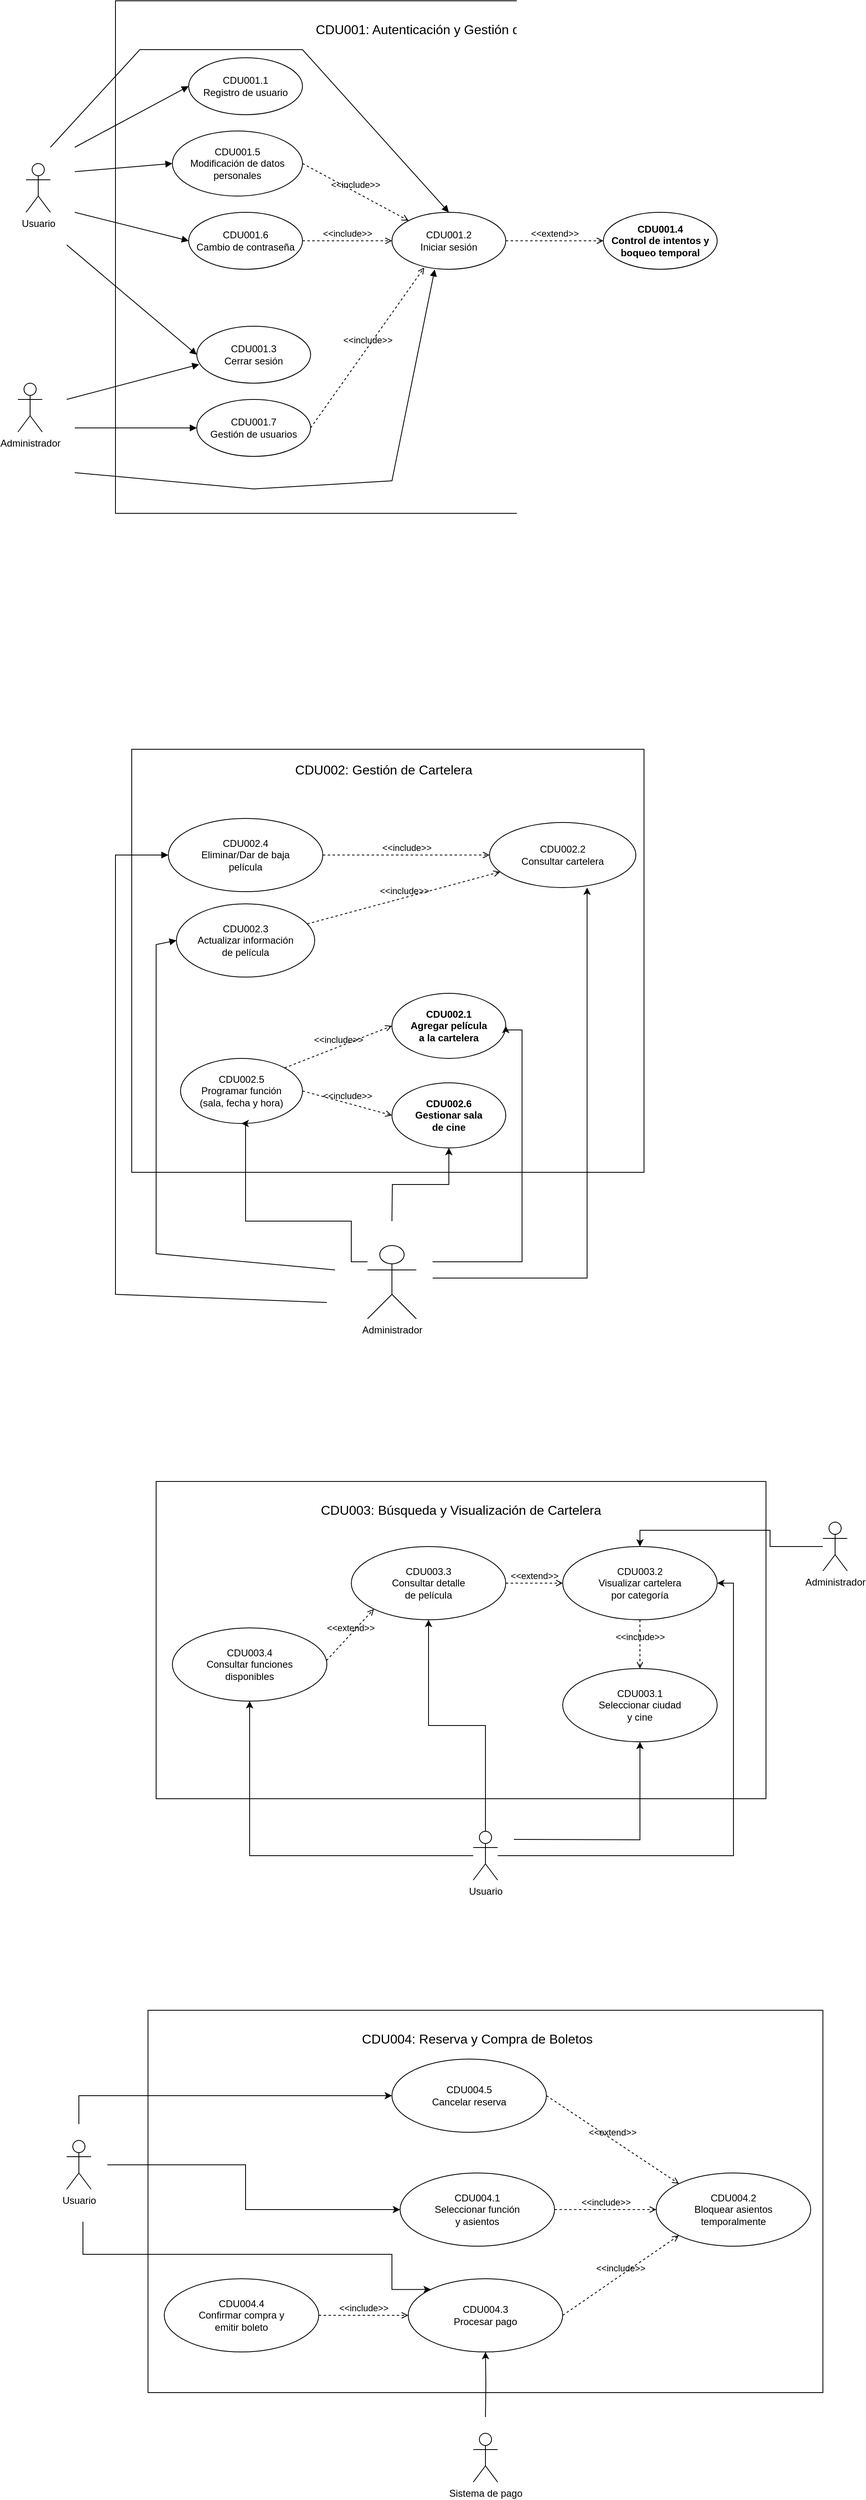
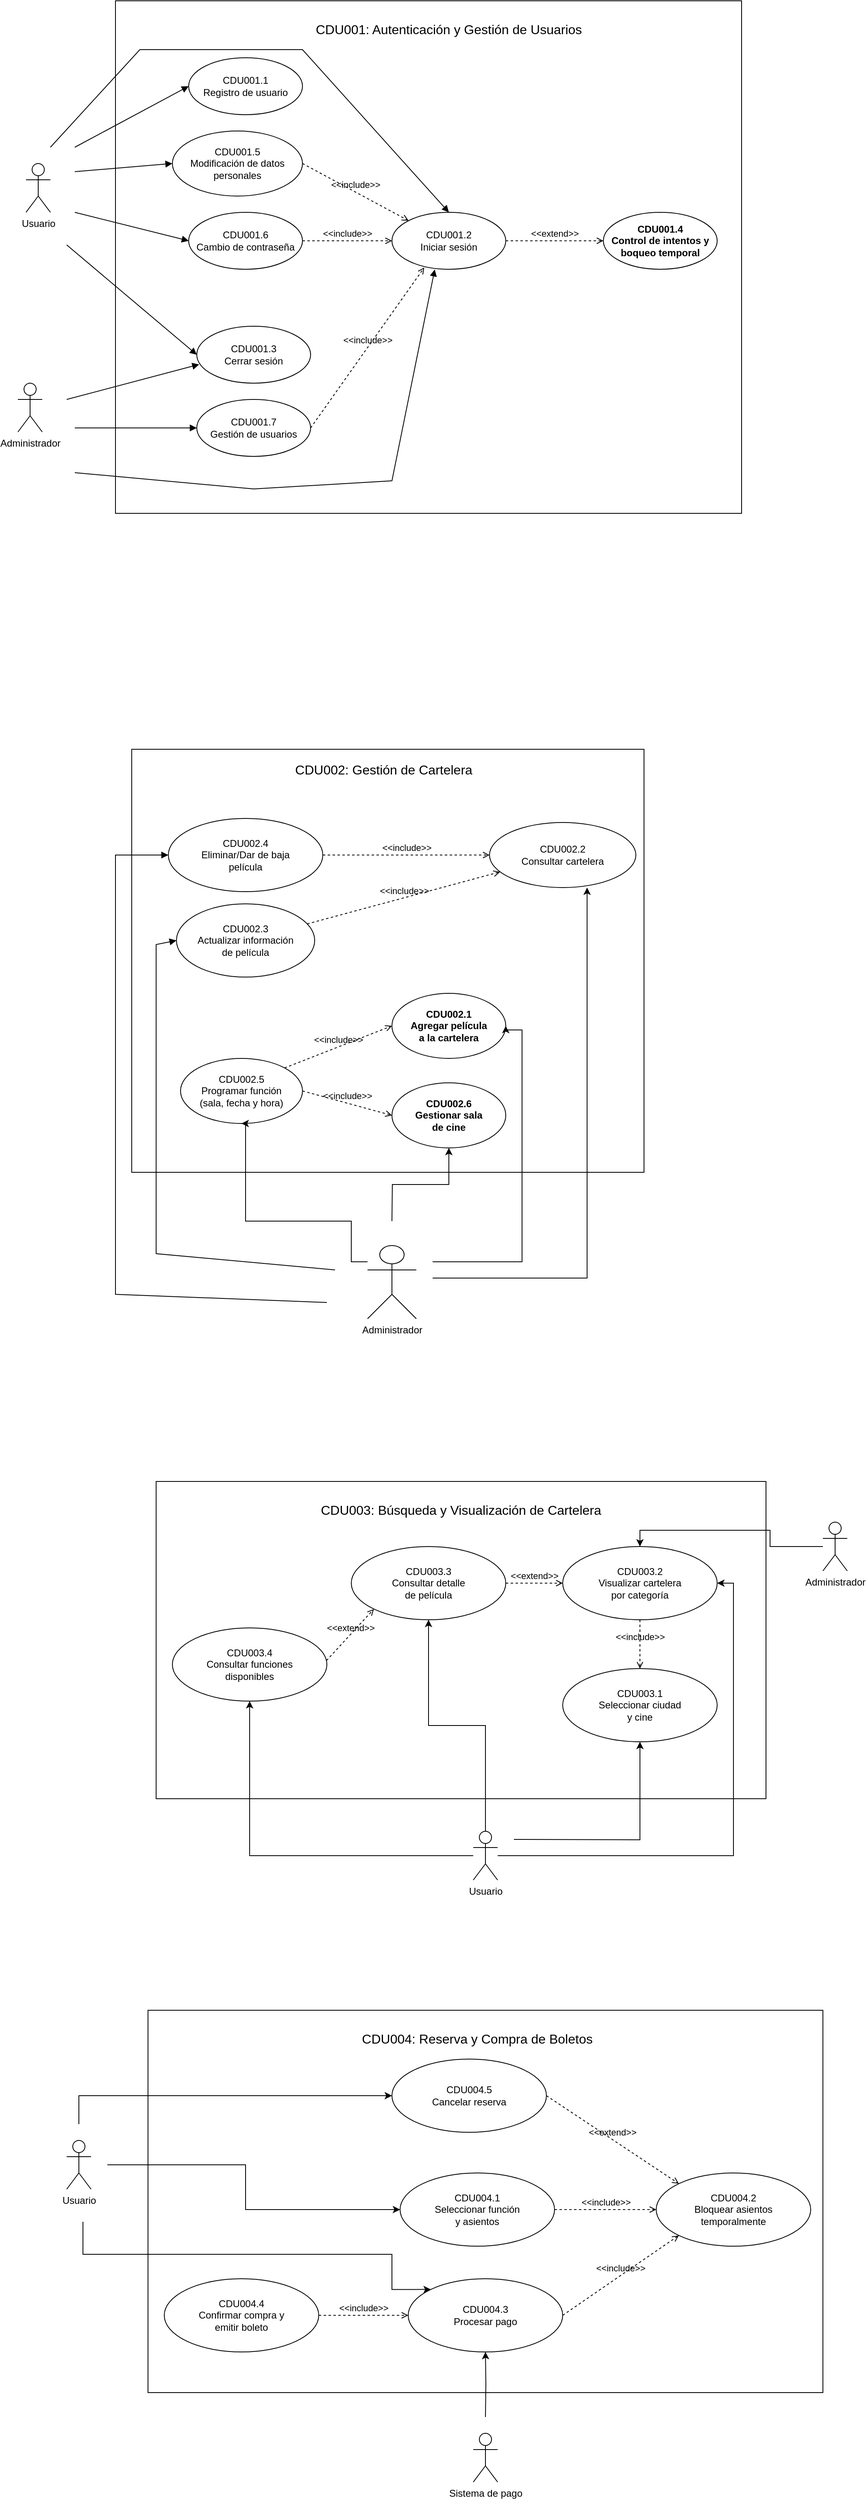
- <mxfile host="app.diagrams.net">
+ <mxfile host="app.diagrams.net" pages="3">
  <diagram name="Página-1" id="eZtOe4JAmOBhKj8-Z6Ca">
    <mxGraphModel grid="1" page="1" gridSize="10" guides="1" tooltips="1" connect="1" arrows="1" fold="1" pageScale="1" pageWidth="827" pageHeight="1169" math="0" shadow="0">
      <root>
        <mxCell id="0" />
        <mxCell id="1" parent="0" />
        <mxCell id="TvfzPLXhl-bpjX2pfNnF-81" parent="1" style="fontStyle=0;html=1;whiteSpace=wrap;" value="" vertex="1">
          <mxGeometry height="630" width="770" x="-460" y="150" as="geometry" />
        </mxCell>
        <mxCell id="TvfzPLXhl-bpjX2pfNnF-45" parent="1" style="html=1;whiteSpace=wrap;align=center;" value="" vertex="1">
          <mxGeometry height="390" width="750" x="-410" y="1970" as="geometry" />
        </mxCell>
        <mxCell id="yqs2ieiL8VGecqTm9QXS-2" parent="1" style="ellipse;whiteSpace=wrap;html=1;" value="CDU001.1&lt;div&gt;Registro de usuario&lt;/div&gt;" vertex="1">
          <mxGeometry height="70" width="140" x="-370" y="220" as="geometry" />
        </mxCell>
        <mxCell id="yqs2ieiL8VGecqTm9QXS-4" parent="1" style="ellipse;whiteSpace=wrap;html=1;" value="CDU001.5&lt;div&gt;Modificación de datos&lt;/div&gt;&lt;div&gt;personales&lt;/div&gt;" vertex="1">
          <mxGeometry height="80" width="160" x="-390" y="310" as="geometry" />
        </mxCell>
        <mxCell id="yqs2ieiL8VGecqTm9QXS-5" parent="1" style="ellipse;whiteSpace=wrap;html=1;" value="CDU001.6&lt;div&gt;Cambio de contraseña&lt;/div&gt;" vertex="1">
          <mxGeometry height="70" width="140" x="-370" y="410" as="geometry" />
        </mxCell>
        <mxCell id="yqs2ieiL8VGecqTm9QXS-6" parent="1" style="ellipse;whiteSpace=wrap;html=1;" value="CDU001.3&lt;div&gt;Cerrar sesión&lt;/div&gt;" vertex="1">
          <mxGeometry height="70" width="140" x="-360" y="550" as="geometry" />
        </mxCell>
        <mxCell id="yqs2ieiL8VGecqTm9QXS-7" parent="1" style="ellipse;whiteSpace=wrap;html=1;" value="CDU001.7&lt;div&gt;Gestión de usuarios&lt;/div&gt;" vertex="1">
          <mxGeometry height="70" width="140" x="-360" y="640" as="geometry" />
        </mxCell>
        <mxCell id="yqs2ieiL8VGecqTm9QXS-8" parent="1" style="ellipse;whiteSpace=wrap;html=1;" value="CDU001.2&lt;div&gt;Iniciar sesión&lt;/div&gt;" vertex="1">
          <mxGeometry height="70" width="140" x="-120" y="410" as="geometry" />
        </mxCell>
        <mxCell id="yqs2ieiL8VGecqTm9QXS-9" parent="1" style="ellipse;whiteSpace=wrap;html=1;fontStyle=1" value="CDU001.4&lt;div&gt;Control de intentos y&lt;/div&gt;&lt;div&gt;b&lt;span style=&quot;background-color: transparent; color: light-dark(rgb(0, 0, 0), rgb(255, 255, 255));&quot;&gt;oqueo temporal&lt;/span&gt;&lt;/div&gt;" vertex="1">
          <mxGeometry height="70" width="140" x="140" y="410" as="geometry" />
        </mxCell>
        <mxCell id="yqs2ieiL8VGecqTm9QXS-10" edge="1" parent="1" style="html=1;verticalAlign=bottom;labelBackgroundColor=none;endArrow=open;endFill=0;dashed=1;rounded=0;entryX=0;entryY=0;entryDx=0;entryDy=0;" target="yqs2ieiL8VGecqTm9QXS-8" value="&amp;lt;&amp;lt;include&amp;gt;&amp;gt;">
          <mxGeometry relative="1" width="160" as="geometry">
            <mxPoint x="-230" y="350" as="sourcePoint" />
            <mxPoint x="-70" y="350" as="targetPoint" />
          </mxGeometry>
        </mxCell>
        <mxCell id="yqs2ieiL8VGecqTm9QXS-11" edge="1" parent="1" source="yqs2ieiL8VGecqTm9QXS-5" style="html=1;verticalAlign=bottom;labelBackgroundColor=none;endArrow=open;endFill=0;dashed=1;rounded=0;entryX=0;entryY=0.5;entryDx=0;entryDy=0;" target="yqs2ieiL8VGecqTm9QXS-8" value="&amp;lt;&amp;lt;include&amp;gt;&amp;gt;">
          <mxGeometry relative="1" width="160" as="geometry">
            <mxPoint x="-150" y="390" as="sourcePoint" />
            <mxPoint x="-19" y="460" as="targetPoint" />
          </mxGeometry>
        </mxCell>
        <mxCell id="yqs2ieiL8VGecqTm9QXS-12" edge="1" parent="1" source="yqs2ieiL8VGecqTm9QXS-7" style="html=1;verticalAlign=bottom;labelBackgroundColor=none;endArrow=open;endFill=0;dashed=1;rounded=0;entryX=0.284;entryY=0.969;entryDx=0;entryDy=0;exitX=1;exitY=0.5;exitDx=0;exitDy=0;entryPerimeter=0;" target="yqs2ieiL8VGecqTm9QXS-8" value="&amp;lt;&amp;lt;include&amp;gt;&amp;gt;">
          <mxGeometry relative="1" width="160" as="geometry">
            <mxPoint x="-210" y="584" as="sourcePoint" />
            <mxPoint x="-100" y="584" as="targetPoint" />
          </mxGeometry>
        </mxCell>
        <mxCell id="yqs2ieiL8VGecqTm9QXS-14" edge="1" parent="1" source="yqs2ieiL8VGecqTm9QXS-8" style="html=1;verticalAlign=bottom;labelBackgroundColor=none;endArrow=open;endFill=0;dashed=1;rounded=0;exitX=1;exitY=0.5;exitDx=0;exitDy=0;entryX=0;entryY=0.5;entryDx=0;entryDy=0;" target="yqs2ieiL8VGecqTm9QXS-9" value="&amp;lt;&amp;lt;extend&amp;gt;&amp;gt;">
          <mxGeometry relative="1" width="160" as="geometry">
            <mxPoint x="30" y="440" as="sourcePoint" />
            <mxPoint x="140" y="440" as="targetPoint" />
          </mxGeometry>
        </mxCell>
        <mxCell id="yqs2ieiL8VGecqTm9QXS-15" edge="1" parent="1" style="html=1;verticalAlign=bottom;labelBackgroundColor=none;endArrow=block;endFill=1;rounded=0;entryX=0;entryY=0.5;entryDx=0;entryDy=0;" target="yqs2ieiL8VGecqTm9QXS-2" value="">
          <mxGeometry relative="1" width="160" as="geometry">
            <mxPoint x="-510" y="330" as="sourcePoint" />
            <mxPoint x="-400" y="310" as="targetPoint" />
          </mxGeometry>
        </mxCell>
        <mxCell id="yqs2ieiL8VGecqTm9QXS-16" edge="1" parent="1" style="html=1;verticalAlign=bottom;labelBackgroundColor=none;endArrow=block;endFill=1;rounded=0;entryX=0;entryY=0.5;entryDx=0;entryDy=0;" target="yqs2ieiL8VGecqTm9QXS-4" value="">
          <mxGeometry relative="1" width="160" as="geometry">
            <mxPoint x="-510" y="360" as="sourcePoint" />
            <mxPoint x="-340" y="320" as="targetPoint" />
          </mxGeometry>
        </mxCell>
        <mxCell id="yqs2ieiL8VGecqTm9QXS-17" edge="1" parent="1" style="html=1;verticalAlign=bottom;labelBackgroundColor=none;endArrow=block;endFill=1;rounded=0;entryX=0;entryY=0.5;entryDx=0;entryDy=0;" target="yqs2ieiL8VGecqTm9QXS-5" value="">
          <mxGeometry relative="1" width="160" as="geometry">
            <mxPoint x="-510" y="410" as="sourcePoint" />
            <mxPoint x="-400" y="400" as="targetPoint" />
          </mxGeometry>
        </mxCell>
        <mxCell id="yqs2ieiL8VGecqTm9QXS-18" edge="1" parent="1" style="html=1;verticalAlign=bottom;labelBackgroundColor=none;endArrow=block;endFill=1;rounded=0;entryX=0;entryY=0.5;entryDx=0;entryDy=0;" target="yqs2ieiL8VGecqTm9QXS-6" value="">
          <mxGeometry relative="1" width="160" as="geometry">
            <mxPoint x="-520" y="450" as="sourcePoint" />
            <mxPoint x="-370" y="580" as="targetPoint" />
          </mxGeometry>
        </mxCell>
        <mxCell id="yqs2ieiL8VGecqTm9QXS-19" parent="1" style="shape=umlActor;verticalLabelPosition=bottom;verticalAlign=top;html=1;" value="Usuario" vertex="1">
          <mxGeometry height="60" width="30" x="-570" y="350" as="geometry" />
        </mxCell>
        <mxCell id="yqs2ieiL8VGecqTm9QXS-20" parent="1" style="shape=umlActor;verticalLabelPosition=bottom;verticalAlign=top;html=1;" value="Administrador" vertex="1">
          <mxGeometry height="60" width="30" x="-580" y="620" as="geometry" />
        </mxCell>
        <mxCell id="yqs2ieiL8VGecqTm9QXS-22" edge="1" parent="1" style="html=1;verticalAlign=bottom;labelBackgroundColor=none;endArrow=block;endFill=1;rounded=0;entryX=0.021;entryY=0.671;entryDx=0;entryDy=0;entryPerimeter=0;" target="yqs2ieiL8VGecqTm9QXS-6" value="">
          <mxGeometry relative="1" width="160" as="geometry">
            <mxPoint x="-520" y="640" as="sourcePoint" />
            <mxPoint x="-370" y="680" as="targetPoint" />
          </mxGeometry>
        </mxCell>
        <mxCell id="yqs2ieiL8VGecqTm9QXS-23" edge="1" parent="1" style="html=1;verticalAlign=bottom;labelBackgroundColor=none;endArrow=block;endFill=1;rounded=0;entryX=0;entryY=0.5;entryDx=0;entryDy=0;" target="yqs2ieiL8VGecqTm9QXS-7" value="">
          <mxGeometry relative="1" width="160" as="geometry">
            <mxPoint x="-510" y="675" as="sourcePoint" />
            <mxPoint x="-317" y="620" as="targetPoint" />
          </mxGeometry>
        </mxCell>
        <mxCell id="yqs2ieiL8VGecqTm9QXS-24" edge="1" parent="1" style="html=1;verticalAlign=bottom;labelBackgroundColor=none;endArrow=block;endFill=1;rounded=0;entryX=0.376;entryY=1.003;entryDx=0;entryDy=0;entryPerimeter=0;" target="yqs2ieiL8VGecqTm9QXS-8" value="">
          <mxGeometry relative="1" width="160" as="geometry">
            <Array as="points">
              <mxPoint x="-290" y="750" />
              <mxPoint x="-120" y="740" />
            </Array>
            <mxPoint x="-510" y="730" as="sourcePoint" />
            <mxPoint x="-360" y="730" as="targetPoint" />
          </mxGeometry>
        </mxCell>
        <mxCell id="yqs2ieiL8VGecqTm9QXS-26" edge="1" parent="1" style="html=1;verticalAlign=bottom;labelBackgroundColor=none;endArrow=block;endFill=1;rounded=0;entryX=0.5;entryY=0;entryDx=0;entryDy=0;" target="yqs2ieiL8VGecqTm9QXS-8" value="">
          <mxGeometry relative="1" width="160" as="geometry">
            <Array as="points">
              <mxPoint x="-430" y="210" />
              <mxPoint x="-230" y="210" />
            </Array>
            <mxPoint x="-540" y="330" as="sourcePoint" />
            <mxPoint x="-390" y="220" as="targetPoint" />
          </mxGeometry>
        </mxCell>
        <mxCell id="yqs2ieiL8VGecqTm9QXS-27" parent="1" style="text;html=1;whiteSpace=wrap;strokeColor=none;fillColor=none;align=center;verticalAlign=middle;rounded=0;fontSize=16;" value="CDU001: Autenticación y Gestión de Usuarios" vertex="1">
          <mxGeometry height="30" width="360" x="-230" y="170" as="geometry" />
        </mxCell>
        <mxCell id="TvfzPLXhl-bpjX2pfNnF-35" parent="1" style="ellipse;whiteSpace=wrap;html=1;" value="CDU003.4&lt;div&gt;Consultar funciones&lt;/div&gt;&lt;div&gt;disponibles&lt;/div&gt;" vertex="1">
          <mxGeometry height="90" width="190" x="-390" y="2150" as="geometry" />
        </mxCell>
        <mxCell id="TvfzPLXhl-bpjX2pfNnF-36" parent="1" style="ellipse;whiteSpace=wrap;html=1;" value="CDU003.3&lt;div&gt;Consultar detalle&lt;/div&gt;&lt;div&gt;de película&lt;/div&gt;" vertex="1">
          <mxGeometry height="90" width="190" x="-170" y="2050" as="geometry" />
        </mxCell>
        <mxCell id="TvfzPLXhl-bpjX2pfNnF-37" parent="1" style="ellipse;whiteSpace=wrap;html=1;" value="CDU003.2&lt;div&gt;Visualizar cartelera&lt;/div&gt;&lt;div&gt;por categoría&lt;/div&gt;" vertex="1">
          <mxGeometry height="90" width="190" x="90" y="2050" as="geometry" />
        </mxCell>
        <mxCell id="TvfzPLXhl-bpjX2pfNnF-38" parent="1" style="ellipse;whiteSpace=wrap;html=1;" value="CDU003.1&lt;div&gt;Seleccionar ciudad&lt;/div&gt;&lt;div&gt;y cine&lt;/div&gt;" vertex="1">
          <mxGeometry height="90" width="190" x="90" y="2200" as="geometry" />
        </mxCell>
        <mxCell id="TvfzPLXhl-bpjX2pfNnF-40" edge="1" parent="1" source="TvfzPLXhl-bpjX2pfNnF-36" style="html=1;verticalAlign=bottom;labelBackgroundColor=none;endArrow=open;endFill=0;dashed=1;rounded=0;exitX=1;exitY=0.5;exitDx=0;exitDy=0;entryX=0;entryY=0.5;entryDx=0;entryDy=0;" target="TvfzPLXhl-bpjX2pfNnF-37" value="&amp;lt;&amp;lt;extend&amp;gt;&amp;gt;">
          <mxGeometry relative="1" width="160" as="geometry">
            <mxPoint x="-10" y="2020" as="sourcePoint" />
            <mxPoint x="110" y="2020" as="targetPoint" />
          </mxGeometry>
        </mxCell>
        <mxCell id="TvfzPLXhl-bpjX2pfNnF-41" edge="1" parent="1" source="TvfzPLXhl-bpjX2pfNnF-37" style="html=1;verticalAlign=bottom;labelBackgroundColor=none;endArrow=open;endFill=0;dashed=1;rounded=0;entryX=0.5;entryY=0;entryDx=0;entryDy=0;exitX=0.5;exitY=1;exitDx=0;exitDy=0;" target="TvfzPLXhl-bpjX2pfNnF-38" value="&amp;lt;&amp;lt;include&amp;gt;&amp;gt;">
          <mxGeometry relative="1" width="160" as="geometry">
            <mxPoint x="-150" y="2188" as="sourcePoint" />
            <mxPoint x="-92" y="2100" as="targetPoint" />
          </mxGeometry>
        </mxCell>
        <mxCell id="TvfzPLXhl-bpjX2pfNnF-47" edge="1" parent="1" source="TvfzPLXhl-bpjX2pfNnF-42" style="edgeStyle=orthogonalEdgeStyle;rounded=0;orthogonalLoop=1;jettySize=auto;html=1;entryX=0.5;entryY=1;entryDx=0;entryDy=0;" target="TvfzPLXhl-bpjX2pfNnF-35">
          <mxGeometry relative="1" as="geometry" />
        </mxCell>
        <mxCell id="TvfzPLXhl-bpjX2pfNnF-48" edge="1" parent="1" source="TvfzPLXhl-bpjX2pfNnF-42" style="edgeStyle=orthogonalEdgeStyle;rounded=0;orthogonalLoop=1;jettySize=auto;html=1;entryX=0.5;entryY=1;entryDx=0;entryDy=0;" target="TvfzPLXhl-bpjX2pfNnF-36">
          <mxGeometry relative="1" as="geometry" />
        </mxCell>
        <mxCell id="TvfzPLXhl-bpjX2pfNnF-49" edge="1" parent="1" style="edgeStyle=orthogonalEdgeStyle;rounded=0;orthogonalLoop=1;jettySize=auto;html=1;entryX=0.5;entryY=1;entryDx=0;entryDy=0;" target="TvfzPLXhl-bpjX2pfNnF-38">
          <mxGeometry relative="1" as="geometry">
            <mxPoint x="30" y="2410" as="sourcePoint" />
          </mxGeometry>
        </mxCell>
        <mxCell id="TvfzPLXhl-bpjX2pfNnF-50" edge="1" parent="1" source="TvfzPLXhl-bpjX2pfNnF-42" style="edgeStyle=orthogonalEdgeStyle;rounded=0;orthogonalLoop=1;jettySize=auto;html=1;entryX=1;entryY=0.5;entryDx=0;entryDy=0;" target="TvfzPLXhl-bpjX2pfNnF-37">
          <mxGeometry relative="1" as="geometry" />
        </mxCell>
        <mxCell id="TvfzPLXhl-bpjX2pfNnF-42" parent="1" style="shape=umlActor;verticalLabelPosition=bottom;verticalAlign=top;html=1;" value="Usuario" vertex="1">
          <mxGeometry height="60" width="30" x="-20" y="2400" as="geometry" />
        </mxCell>
        <mxCell id="TvfzPLXhl-bpjX2pfNnF-54" edge="1" parent="1" source="TvfzPLXhl-bpjX2pfNnF-43" style="edgeStyle=orthogonalEdgeStyle;rounded=0;orthogonalLoop=1;jettySize=auto;html=1;entryX=0.5;entryY=0;entryDx=0;entryDy=0;" target="TvfzPLXhl-bpjX2pfNnF-37">
          <mxGeometry relative="1" as="geometry" />
        </mxCell>
        <mxCell id="TvfzPLXhl-bpjX2pfNnF-43" parent="1" style="shape=umlActor;verticalLabelPosition=bottom;verticalAlign=top;html=1;" value="Administrador" vertex="1">
          <mxGeometry height="60" width="30" x="410" y="2020" as="geometry" />
        </mxCell>
        <mxCell id="TvfzPLXhl-bpjX2pfNnF-46" parent="1" style="text;html=1;whiteSpace=wrap;strokeColor=none;fillColor=none;align=center;verticalAlign=middle;rounded=0;fontSize=16;" value="CDU003: Búsqueda y Visualización de Cartelera" vertex="1">
          <mxGeometry height="30" width="360" x="-215" y="1990" as="geometry" />
        </mxCell>
        <mxCell id="TvfzPLXhl-bpjX2pfNnF-55" parent="1" style="html=1;whiteSpace=wrap;align=center;" value="" vertex="1">
          <mxGeometry height="470" width="830" x="-420" y="2620" as="geometry" />
        </mxCell>
        <mxCell id="TvfzPLXhl-bpjX2pfNnF-56" parent="1" style="ellipse;whiteSpace=wrap;html=1;" value="CDU004.3&lt;div&gt;Procesar pago&lt;/div&gt;" vertex="1">
          <mxGeometry height="90" width="190" x="-100" y="2950" as="geometry" />
        </mxCell>
        <mxCell id="TvfzPLXhl-bpjX2pfNnF-57" parent="1" style="ellipse;whiteSpace=wrap;html=1;" value="CDU004.5&lt;div&gt;Cancelar reserva&lt;/div&gt;" vertex="1">
          <mxGeometry height="90" width="190" x="-120" y="2680" as="geometry" />
        </mxCell>
        <mxCell id="TvfzPLXhl-bpjX2pfNnF-58" parent="1" style="ellipse;whiteSpace=wrap;html=1;" value="CDU004.2&lt;div&gt;Bloquear asientos&lt;/div&gt;&lt;div&gt;temporalmente&lt;/div&gt;" vertex="1">
          <mxGeometry height="90" width="190" x="205" y="2820" as="geometry" />
        </mxCell>
        <mxCell id="TvfzPLXhl-bpjX2pfNnF-59" parent="1" style="ellipse;whiteSpace=wrap;html=1;" value="CDU004.1&lt;div&gt;Seleccionar función&lt;/div&gt;&lt;div&gt;y asientos&lt;/div&gt;" vertex="1">
          <mxGeometry height="90" width="190" x="-110" y="2820" as="geometry" />
        </mxCell>
        <mxCell id="TvfzPLXhl-bpjX2pfNnF-61" edge="1" parent="1" source="TvfzPLXhl-bpjX2pfNnF-57" style="html=1;verticalAlign=bottom;labelBackgroundColor=none;endArrow=open;endFill=0;dashed=1;rounded=0;exitX=1;exitY=0.5;exitDx=0;exitDy=0;entryX=0;entryY=0;entryDx=0;entryDy=0;" target="TvfzPLXhl-bpjX2pfNnF-58" value="&amp;lt;&amp;lt;extend&amp;gt;&amp;gt;">
          <mxGeometry relative="1" width="160" as="geometry">
            <mxPoint x="40" y="2650" as="sourcePoint" />
            <mxPoint x="160" y="2650" as="targetPoint" />
          </mxGeometry>
        </mxCell>
        <mxCell id="TvfzPLXhl-bpjX2pfNnF-62" edge="1" parent="1" source="TvfzPLXhl-bpjX2pfNnF-59" style="html=1;verticalAlign=bottom;labelBackgroundColor=none;endArrow=open;endFill=0;dashed=1;rounded=0;entryX=0;entryY=0.5;entryDx=0;entryDy=0;exitX=1;exitY=0.5;exitDx=0;exitDy=0;" target="TvfzPLXhl-bpjX2pfNnF-58" value="&amp;lt;&amp;lt;include&amp;gt;&amp;gt;">
          <mxGeometry relative="1" width="160" as="geometry">
            <mxPoint x="-100" y="2818" as="sourcePoint" />
            <mxPoint x="-42" y="2730" as="targetPoint" />
          </mxGeometry>
        </mxCell>
        <mxCell id="TvfzPLXhl-bpjX2pfNnF-74" edge="1" parent="1" style="edgeStyle=orthogonalEdgeStyle;rounded=0;orthogonalLoop=1;jettySize=auto;html=1;entryX=0;entryY=0.5;entryDx=0;entryDy=0;" target="TvfzPLXhl-bpjX2pfNnF-57">
          <mxGeometry relative="1" as="geometry">
            <Array as="points">
              <mxPoint x="-505" y="2725" />
            </Array>
            <mxPoint x="-505" y="2760" as="sourcePoint" />
          </mxGeometry>
        </mxCell>
        <mxCell id="TvfzPLXhl-bpjX2pfNnF-75" edge="1" parent="1" style="edgeStyle=orthogonalEdgeStyle;rounded=0;orthogonalLoop=1;jettySize=auto;html=1;entryX=0;entryY=0.5;entryDx=0;entryDy=0;" target="TvfzPLXhl-bpjX2pfNnF-59">
          <mxGeometry relative="1" as="geometry">
            <Array as="points">
              <mxPoint x="-300" y="2810" />
              <mxPoint x="-300" y="2865" />
            </Array>
            <mxPoint x="-470" y="2810" as="sourcePoint" />
          </mxGeometry>
        </mxCell>
        <mxCell id="TvfzPLXhl-bpjX2pfNnF-76" edge="1" parent="1" style="edgeStyle=orthogonalEdgeStyle;rounded=0;orthogonalLoop=1;jettySize=auto;html=1;entryX=0;entryY=0;entryDx=0;entryDy=0;" target="TvfzPLXhl-bpjX2pfNnF-56">
          <mxGeometry relative="1" as="geometry">
            <Array as="points">
              <mxPoint x="-500" y="2920" />
              <mxPoint x="-120" y="2920" />
              <mxPoint x="-120" y="2963" />
            </Array>
            <mxPoint x="-500" y="2880" as="sourcePoint" />
            <mxPoint x="-83.72846030240295" y="2973.3149656155374" as="targetPoint" />
          </mxGeometry>
        </mxCell>
        <mxCell id="TvfzPLXhl-bpjX2pfNnF-67" parent="1" style="shape=umlActor;verticalLabelPosition=bottom;verticalAlign=top;html=1;" value="Usuario" vertex="1">
          <mxGeometry height="60" width="30" x="-520" y="2780" as="geometry" />
        </mxCell>
        <mxCell id="TvfzPLXhl-bpjX2pfNnF-77" edge="1" parent="1" style="edgeStyle=orthogonalEdgeStyle;rounded=0;orthogonalLoop=1;jettySize=auto;html=1;entryX=0.5;entryY=1;entryDx=0;entryDy=0;" target="TvfzPLXhl-bpjX2pfNnF-56">
          <mxGeometry relative="1" as="geometry">
            <mxPoint x="-5" y="3120" as="sourcePoint" />
          </mxGeometry>
        </mxCell>
        <mxCell id="TvfzPLXhl-bpjX2pfNnF-69" parent="1" style="shape=umlActor;verticalLabelPosition=bottom;verticalAlign=top;html=1;" value="Sistema de pago" vertex="1">
          <mxGeometry height="60" width="30" x="-20" y="3140" as="geometry" />
        </mxCell>
        <mxCell id="TvfzPLXhl-bpjX2pfNnF-70" parent="1" style="text;html=1;whiteSpace=wrap;strokeColor=none;fillColor=none;align=center;verticalAlign=middle;rounded=0;fontSize=16;" value="CDU004: Reserva y Compra de Boletos" vertex="1">
          <mxGeometry height="30" width="360" x="-195" y="2640" as="geometry" />
        </mxCell>
        <mxCell id="TvfzPLXhl-bpjX2pfNnF-71" edge="1" parent="1" source="TvfzPLXhl-bpjX2pfNnF-56" style="html=1;verticalAlign=bottom;labelBackgroundColor=none;endArrow=open;endFill=0;dashed=1;rounded=0;entryX=0;entryY=1;entryDx=0;entryDy=0;exitX=1;exitY=0.5;exitDx=0;exitDy=0;" target="TvfzPLXhl-bpjX2pfNnF-58" value="&amp;lt;&amp;lt;include&amp;gt;&amp;gt;">
          <mxGeometry relative="1" width="160" as="geometry">
            <mxPoint x="145" y="2960" as="sourcePoint" />
            <mxPoint x="270" y="2960" as="targetPoint" />
          </mxGeometry>
        </mxCell>
        <mxCell id="TvfzPLXhl-bpjX2pfNnF-72" parent="1" style="ellipse;whiteSpace=wrap;html=1;" value="CDU004.4&lt;div&gt;Confirmar compra y&lt;/div&gt;&lt;div&gt;emitir boleto&lt;/div&gt;" vertex="1">
          <mxGeometry height="90" width="190" x="-400" y="2950" as="geometry" />
        </mxCell>
        <mxCell id="TvfzPLXhl-bpjX2pfNnF-73" edge="1" parent="1" source="TvfzPLXhl-bpjX2pfNnF-72" style="html=1;verticalAlign=bottom;labelBackgroundColor=none;endArrow=open;endFill=0;dashed=1;rounded=0;entryX=0;entryY=0.5;entryDx=0;entryDy=0;exitX=1;exitY=0.5;exitDx=0;exitDy=0;" target="TvfzPLXhl-bpjX2pfNnF-56" value="&amp;lt;&amp;lt;include&amp;gt;&amp;gt;">
          <mxGeometry relative="1" width="160" as="geometry">
            <mxPoint x="-180" y="3020" as="sourcePoint" />
            <mxPoint x="-55" y="3020" as="targetPoint" />
          </mxGeometry>
        </mxCell>
        <mxCell id="TvfzPLXhl-bpjX2pfNnF-1" parent="1" style="html=1;whiteSpace=wrap;align=center;labelBorderColor=default;" value="" vertex="1">
          <mxGeometry height="520" width="630" x="-440" y="1070" as="geometry" />
        </mxCell>
        <mxCell id="TvfzPLXhl-bpjX2pfNnF-3" parent="1" style="ellipse;whiteSpace=wrap;html=1;" value="CDU002.4&lt;div&gt;Eliminar/Dar de baja&lt;/div&gt;&lt;div&gt;película&lt;/div&gt;" vertex="1">
          <mxGeometry height="90" width="190" x="-395" y="1155" as="geometry" />
        </mxCell>
        <mxCell id="TvfzPLXhl-bpjX2pfNnF-4" parent="1" style="ellipse;whiteSpace=wrap;html=1;" value="CDU002.3&lt;div&gt;Actualizar información&lt;/div&gt;&lt;div&gt;de película&lt;/div&gt;" vertex="1">
          <mxGeometry height="90" width="170" x="-385" y="1260" as="geometry" />
        </mxCell>
        <mxCell id="TvfzPLXhl-bpjX2pfNnF-6" parent="1" style="ellipse;whiteSpace=wrap;html=1;" value="CDU002.5&lt;div&gt;Programar función&lt;/div&gt;&lt;div&gt;(sala, fecha y hora)&lt;/div&gt;" vertex="1">
          <mxGeometry height="80" width="150" x="-380" y="1450" as="geometry" />
        </mxCell>
        <mxCell id="TvfzPLXhl-bpjX2pfNnF-7" parent="1" style="ellipse;whiteSpace=wrap;html=1;" value="CDU002.2&lt;div&gt;Consultar cartelera&lt;/div&gt;" vertex="1">
          <mxGeometry height="80" width="180" y="1160" as="geometry" />
        </mxCell>
        <mxCell id="TvfzPLXhl-bpjX2pfNnF-8" parent="1" style="ellipse;whiteSpace=wrap;html=1;fontStyle=1" value="CDU002.1&lt;div&gt;Agregar película&lt;/div&gt;&lt;div&gt;a la cartelera&lt;/div&gt;" vertex="1">
          <mxGeometry height="80" width="140" x="-120" y="1370" as="geometry" />
        </mxCell>
        <mxCell id="TvfzPLXhl-bpjX2pfNnF-9" edge="1" parent="1" source="TvfzPLXhl-bpjX2pfNnF-3" style="html=1;verticalAlign=bottom;labelBackgroundColor=none;endArrow=open;endFill=0;dashed=1;rounded=0;exitX=1;exitY=0.5;exitDx=0;exitDy=0;entryX=0;entryY=0.5;entryDx=0;entryDy=0;" target="TvfzPLXhl-bpjX2pfNnF-7" value="&amp;lt;&amp;lt;include&amp;gt;&amp;gt;">
          <mxGeometry relative="1" width="160" as="geometry">
            <mxPoint x="-120" y="1190" as="sourcePoint" />
            <mxPoint x="10" y="1180" as="targetPoint" />
          </mxGeometry>
        </mxCell>
        <mxCell id="TvfzPLXhl-bpjX2pfNnF-10" edge="1" parent="1" source="TvfzPLXhl-bpjX2pfNnF-4" style="html=1;verticalAlign=bottom;labelBackgroundColor=none;endArrow=open;endFill=0;dashed=1;rounded=0;" target="TvfzPLXhl-bpjX2pfNnF-7" value="&amp;lt;&amp;lt;include&amp;gt;&amp;gt;">
          <mxGeometry relative="1" width="160" as="geometry">
            <mxPoint x="-160" y="1300" as="sourcePoint" />
            <mxPoint x="-29" y="1370" as="targetPoint" />
          </mxGeometry>
        </mxCell>
        <mxCell id="TvfzPLXhl-bpjX2pfNnF-14" edge="1" parent="1" style="html=1;verticalAlign=bottom;labelBackgroundColor=none;endArrow=block;endFill=1;rounded=0;entryX=0;entryY=0.5;entryDx=0;entryDy=0;" target="TvfzPLXhl-bpjX2pfNnF-3" value="">
          <mxGeometry relative="1" width="160" as="geometry">
            <Array as="points">
              <mxPoint x="-460" y="1740" />
              <mxPoint x="-460" y="1200" />
            </Array>
            <mxPoint x="-200" y="1750" as="sourcePoint" />
            <mxPoint x="-350" y="1230" as="targetPoint" />
          </mxGeometry>
        </mxCell>
        <mxCell id="TvfzPLXhl-bpjX2pfNnF-15" edge="1" parent="1" style="html=1;verticalAlign=bottom;labelBackgroundColor=none;endArrow=block;endFill=1;rounded=0;entryX=0;entryY=0.5;entryDx=0;entryDy=0;" target="TvfzPLXhl-bpjX2pfNnF-4" value="">
          <mxGeometry relative="1" width="160" as="geometry">
            <Array as="points">
              <mxPoint x="-410" y="1690" />
              <mxPoint x="-410" y="1310" />
            </Array>
            <mxPoint x="-190" y="1710" as="sourcePoint" />
            <mxPoint x="-410" y="1310" as="targetPoint" />
          </mxGeometry>
        </mxCell>
        <mxCell id="TvfzPLXhl-bpjX2pfNnF-31" edge="1" parent="1" style="edgeStyle=orthogonalEdgeStyle;rounded=0;orthogonalLoop=1;jettySize=auto;html=1;entryX=1;entryY=0.5;entryDx=0;entryDy=0;" target="TvfzPLXhl-bpjX2pfNnF-8">
          <mxGeometry relative="1" as="geometry">
            <Array as="points">
              <mxPoint x="40" y="1700" />
              <mxPoint x="40" y="1415" />
            </Array>
            <mxPoint x="-70" y="1700" as="sourcePoint" />
          </mxGeometry>
        </mxCell>
        <mxCell id="TvfzPLXhl-bpjX2pfNnF-33" edge="1" parent="1" style="edgeStyle=orthogonalEdgeStyle;rounded=0;orthogonalLoop=1;jettySize=auto;html=1;entryX=0.5;entryY=1;entryDx=0;entryDy=0;" target="TvfzPLXhl-bpjX2pfNnF-26">
          <mxGeometry relative="1" as="geometry">
            <mxPoint x="-120" y="1650" as="sourcePoint" />
          </mxGeometry>
        </mxCell>
        <mxCell id="TvfzPLXhl-bpjX2pfNnF-34" edge="1" parent="1" source="TvfzPLXhl-bpjX2pfNnF-18" style="edgeStyle=orthogonalEdgeStyle;rounded=0;orthogonalLoop=1;jettySize=auto;html=1;entryX=0.5;entryY=1;entryDx=0;entryDy=0;" target="TvfzPLXhl-bpjX2pfNnF-6">
          <mxGeometry relative="1" as="geometry">
            <Array as="points">
              <mxPoint x="-170" y="1700" />
              <mxPoint x="-170" y="1650" />
              <mxPoint x="-300" y="1650" />
            </Array>
          </mxGeometry>
        </mxCell>
        <mxCell id="TvfzPLXhl-bpjX2pfNnF-18" parent="1" style="shape=umlActor;verticalLabelPosition=bottom;verticalAlign=top;html=1;" value="Administrador" vertex="1">
          <mxGeometry height="90" width="60" x="-150" y="1680" as="geometry" />
        </mxCell>
        <mxCell id="TvfzPLXhl-bpjX2pfNnF-25" parent="1" style="text;html=1;whiteSpace=wrap;strokeColor=none;fillColor=none;align=center;verticalAlign=middle;rounded=0;fontSize=16;" value="CDU002: Gestión de Cartelera" vertex="1">
          <mxGeometry height="30" width="360" x="-310" y="1080" as="geometry" />
        </mxCell>
        <mxCell id="TvfzPLXhl-bpjX2pfNnF-26" parent="1" style="ellipse;whiteSpace=wrap;html=1;fontStyle=1" value="CDU002.6&lt;div&gt;Gestionar sala&lt;/div&gt;&lt;div&gt;de cine&lt;/div&gt;" vertex="1">
          <mxGeometry height="80" width="140" x="-120" y="1480" as="geometry" />
        </mxCell>
        <mxCell id="TvfzPLXhl-bpjX2pfNnF-27" edge="1" parent="1" source="TvfzPLXhl-bpjX2pfNnF-6" style="html=1;verticalAlign=bottom;labelBackgroundColor=none;endArrow=open;endFill=0;dashed=1;rounded=0;exitX=1;exitY=0;exitDx=0;exitDy=0;entryX=0;entryY=0.5;entryDx=0;entryDy=0;" target="TvfzPLXhl-bpjX2pfNnF-8" value="&amp;lt;&amp;lt;include&amp;gt;&amp;gt;">
          <mxGeometry relative="1" width="160" as="geometry">
            <mxPoint x="-260" y="1445" as="sourcePoint" />
            <mxPoint x="-10" y="1440" as="targetPoint" />
          </mxGeometry>
        </mxCell>
        <mxCell id="TvfzPLXhl-bpjX2pfNnF-28" edge="1" parent="1" source="TvfzPLXhl-bpjX2pfNnF-6" style="html=1;verticalAlign=bottom;labelBackgroundColor=none;endArrow=open;endFill=0;dashed=1;rounded=0;exitX=1;exitY=0.5;exitDx=0;exitDy=0;entryX=0;entryY=0.5;entryDx=0;entryDy=0;" target="TvfzPLXhl-bpjX2pfNnF-26" value="&amp;lt;&amp;lt;include&amp;gt;&amp;gt;">
          <mxGeometry relative="1" width="160" as="geometry">
            <mxPoint x="-180" y="1476" as="sourcePoint" />
            <mxPoint x="-50" y="1430" as="targetPoint" />
          </mxGeometry>
        </mxCell>
        <mxCell id="TvfzPLXhl-bpjX2pfNnF-30" edge="1" parent="1" style="edgeStyle=orthogonalEdgeStyle;rounded=0;orthogonalLoop=1;jettySize=auto;html=1;">
          <mxGeometry relative="1" as="geometry">
            <Array as="points">
              <mxPoint x="120" y="1720" />
            </Array>
            <mxPoint x="-70" y="1720" as="sourcePoint" />
            <mxPoint x="120" y="1240" as="targetPoint" />
          </mxGeometry>
        </mxCell>
        <mxCell id="yksY-kXUYk8JF7RUFDHU-2" edge="1" parent="1" source="TvfzPLXhl-bpjX2pfNnF-35" style="html=1;verticalAlign=bottom;labelBackgroundColor=none;endArrow=open;endFill=0;dashed=1;rounded=0;exitX=0.997;exitY=0.447;exitDx=0;exitDy=0;entryX=0;entryY=1;entryDx=0;entryDy=0;exitPerimeter=0;" target="TvfzPLXhl-bpjX2pfNnF-36" value="&amp;lt;&amp;lt;extend&amp;gt;&amp;gt;">
          <mxGeometry relative="1" width="160" as="geometry">
            <mxPoint x="-205" y="2160" as="sourcePoint" />
            <mxPoint x="-135" y="2160" as="targetPoint" />
          </mxGeometry>
        </mxCell>
      </root>
    </mxGraphModel>
  </diagram>
+   <diagram id="Y6mAH6Dr7h1V1I8l-uI1" name="Página-3">
+     <mxGraphModel dx="1751" dy="981" grid="1" gridSize="10" guides="1" tooltips="1" connect="1" arrows="1" fold="1" page="1" pageScale="1" pageWidth="3300" pageHeight="4681" math="0" shadow="0">
+       <root>
+         <mxCell id="0" />
+         <mxCell id="1" parent="0" />
+         <mxCell id="box_cdu002" parent="1" style="rounded=0;whiteSpace=wrap;html=1;fillColor=none;strokeColor=#000000;fontFamily=Helvetica;fontSize=10;verticalAlign=top;spacingTop=8;" value="CDU002: Gestión de Cartelera" vertex="1">
+           <mxGeometry height="470" width="650" x="40" y="20" as="geometry" />
+         </mxCell>
+         <mxCell id="actor_admin" parent="1" style="shape=umlActor;verticalLabelPosition=bottom;verticalAlign=top;html=1;outlineConnect=0;fillColor=#ffffff;strokeColor=#000000;fontFamily=Helvetica;fontSize=10;" value="Administrador" vertex="1">
+           <mxGeometry height="60" width="30" x="300" y="540" as="geometry" />
+         </mxCell>
+         <mxCell id="uc002_4" parent="1" style="ellipse;whiteSpace=wrap;html=1;aspect=fixed;fillColor=#ffffff;strokeColor=#000000;fontFamily=Helvetica;fontSize=9;" value="CDU002.4&lt;br&gt;Eliminar/Dar de baja&lt;br&gt;película" vertex="1">
+           <mxGeometry height="55" width="120" x="80" y="80" as="geometry" />
+         </mxCell>
+         <mxCell id="uc002_2" parent="1" style="ellipse;whiteSpace=wrap;html=1;aspect=fixed;fillColor=#ffffff;strokeColor=#000000;fontFamily=Helvetica;fontSize=9;" value="CDU002.2&lt;br&gt;Consultar cartelera" vertex="1">
+           <mxGeometry height="55" width="120" x="425" y="60" as="geometry" />
+         </mxCell>
+         <mxCell id="uc002_3" parent="1" style="ellipse;whiteSpace=wrap;html=1;aspect=fixed;fillColor=#ffffff;strokeColor=#000000;fontFamily=Helvetica;fontSize=9;" value="CDU002.3&lt;br&gt;Actualizar información&lt;br&gt;de película" vertex="1">
+           <mxGeometry height="55" width="125" x="85" y="180" as="geometry" />
+         </mxCell>
+         <mxCell id="uc002_1" parent="1" style="ellipse;whiteSpace=wrap;html=1;aspect=fixed;fillColor=#ffffff;strokeColor=#000000;fontFamily=Helvetica;fontSize=9;" value="&lt;b&gt;CDU002.1&lt;/b&gt;&lt;br&gt;Agregar película&lt;br&gt;a la cartelera" vertex="1">
+           <mxGeometry height="60" width="125" x="230" y="225" as="geometry" />
+         </mxCell>
+         <mxCell id="uc002_6" parent="1" style="ellipse;whiteSpace=wrap;html=1;aspect=fixed;fillColor=#ffffff;strokeColor=#000000;fontFamily=Helvetica;fontSize=9;" value="&lt;b&gt;CDU002.6&lt;/b&gt;&lt;br&gt;Gestionar sala&lt;br&gt;de cine" vertex="1">
+           <mxGeometry height="60" width="125" x="280" y="360" as="geometry" />
+         </mxCell>
+         <mxCell id="uc002_5" parent="1" style="ellipse;whiteSpace=wrap;html=1;aspect=fixed;fillColor=#ffffff;strokeColor=#000000;fontFamily=Helvetica;fontSize=9;" value="CDU002.5&lt;br&gt;Programar función&lt;br&gt;(sala, fecha y hora)" vertex="1">
+           <mxGeometry height="55" width="125" x="85" y="330" as="geometry" />
+         </mxCell>
+         <mxCell id="uc002_7" parent="1" style="ellipse;whiteSpace=wrap;html=1;aspect=fixed;fillColor=#ffffff;strokeColor=#000000;fontFamily=Helvetica;fontSize=9;" value="CDU002.7&lt;br&gt;Cargar películas&lt;br&gt;desde CSV" vertex="1">
+           <mxGeometry height="60" width="125" x="425" y="160" as="geometry" />
+         </mxCell>
+         <mxCell id="uc002_8" parent="1" style="ellipse;whiteSpace=wrap;html=1;aspect=fixed;fillColor=#ffffff;strokeColor=#000000;fontFamily=Helvetica;fontSize=9;" value="CDU002.8&lt;br&gt;Validar estructura&lt;br&gt;del archivo CSV" vertex="1">
+           <mxGeometry height="60" width="125" x="510" y="285" as="geometry" />
+         </mxCell>
+         <mxCell id="uc002_9" parent="1" style="ellipse;whiteSpace=wrap;html=1;aspect=fixed;fillColor=#ffffff;strokeColor=#000000;fontFamily=Helvetica;fontSize=9;" value="CDU002.9&lt;br&gt;Mostrar resumen&lt;br&gt;de importación" vertex="1">
+           <mxGeometry height="40" width="83.33" x="445" y="410" as="geometry" />
+         </mxCell>
+         <mxCell id="e_admin_uc4" edge="1" parent="1" source="actor_admin" style="endArrow=block;endFill=0;html=1;rounded=0;edgeStyle=orthogonalEdgeStyle;strokeColor=#000000;entryX=0;entryY=0.5;entryDx=0;entryDy=0;" target="uc002_4" value="">
+           <mxGeometry relative="1" as="geometry" />
+         </mxCell>
+         <mxCell id="e_admin_uc3" edge="1" parent="1" source="actor_admin" style="endArrow=block;endFill=0;html=1;rounded=0;edgeStyle=orthogonalEdgeStyle;strokeColor=#000000;entryX=0.04;entryY=0.733;entryDx=0;entryDy=0;entryPerimeter=0;" target="uc002_3" value="">
+           <mxGeometry relative="1" as="geometry">
+             <Array as="points">
+               <mxPoint x="80" y="550" />
+               <mxPoint x="80" y="220" />
+             </Array>
+           </mxGeometry>
+         </mxCell>
+         <mxCell id="e_admin_uc5" edge="1" parent="1" source="actor_admin" style="endArrow=block;endFill=0;html=1;rounded=0;edgeStyle=orthogonalEdgeStyle;strokeColor=#000000;" target="uc002_5" value="">
+           <mxGeometry relative="1" as="geometry">
+             <Array as="points">
+               <mxPoint x="148" y="560" />
+             </Array>
+           </mxGeometry>
+         </mxCell>
+         <mxCell id="e_admin_uc1" edge="1" parent="1" source="actor_admin" style="endArrow=block;endFill=0;html=1;rounded=0;edgeStyle=orthogonalEdgeStyle;strokeColor=#000000;entryX=0.5;entryY=1;entryDx=0;entryDy=0;" target="uc002_1" value="">
+           <mxGeometry relative="1" as="geometry">
+             <Array as="points">
+               <mxPoint x="315" y="520" />
+               <mxPoint x="430" y="520" />
+               <mxPoint x="430" y="290" />
+               <mxPoint x="292" y="290" />
+             </Array>
+           </mxGeometry>
+         </mxCell>
+         <mxCell id="e_admin_uc6" edge="1" parent="1" source="actor_admin" style="endArrow=block;endFill=0;html=1;rounded=0;edgeStyle=orthogonalEdgeStyle;strokeColor=#000000;entryX=0.5;entryY=1;entryDx=0;entryDy=0;" target="uc002_6" value="">
+           <mxGeometry relative="1" as="geometry" />
+         </mxCell>
+         <mxCell id="e_admin_uc2" edge="1" parent="1" source="actor_admin" style="endArrow=block;endFill=0;html=1;rounded=0;edgeStyle=orthogonalEdgeStyle;strokeColor=#000000;entryX=1;entryY=0;entryDx=0;entryDy=0;" target="uc002_2" value="">
+           <mxGeometry relative="1" as="geometry">
+             <Array as="points">
+               <mxPoint x="670" y="570" />
+               <mxPoint x="670" y="68" />
+             </Array>
+           </mxGeometry>
+         </mxCell>
+         <mxCell id="e_admin_uc7" edge="1" parent="1" source="actor_admin" style="endArrow=block;endFill=0;html=1;rounded=0;edgeStyle=orthogonalEdgeStyle;strokeColor=#000000;entryX=1;entryY=0.5;entryDx=0;entryDy=0;" target="uc002_7" value="">
+           <mxGeometry relative="1" as="geometry">
+             <Array as="points">
+               <mxPoint x="640" y="570" />
+               <mxPoint x="640" y="180" />
+               <mxPoint x="550" y="180" />
+             </Array>
+           </mxGeometry>
+         </mxCell>
+         <mxCell id="e_uc4_uc2" edge="1" parent="1" source="uc002_4" style="endArrow=open;endFill=0;html=1;rounded=0;dashed=1;strokeColor=#000000;fontFamily=Helvetica;fontSize=8;" target="uc002_2" value="&amp;lt;include&amp;gt;">
+           <mxGeometry relative="1" as="geometry" />
+         </mxCell>
+         <mxCell id="e_uc3_uc2" edge="1" parent="1" source="uc002_3" style="endArrow=open;endFill=0;html=1;rounded=0;dashed=1;strokeColor=#000000;fontFamily=Helvetica;fontSize=8;" target="uc002_2" value="&amp;lt;include&amp;gt;">
+           <mxGeometry relative="1" as="geometry" />
+         </mxCell>
+         <mxCell id="e_uc5_uc1" edge="1" parent="1" source="uc002_5" style="endArrow=open;endFill=0;html=1;rounded=0;dashed=1;strokeColor=#000000;fontFamily=Helvetica;fontSize=8;" target="uc002_1" value="&amp;lt;include&amp;gt;">
+           <mxGeometry relative="1" as="geometry" />
+         </mxCell>
+         <mxCell id="e_uc5_uc6" edge="1" parent="1" source="uc002_5" style="endArrow=open;endFill=0;html=1;rounded=0;dashed=1;strokeColor=#000000;fontFamily=Helvetica;fontSize=8;" target="uc002_6" value="&amp;lt;include&amp;gt;">
+           <mxGeometry relative="1" as="geometry" />
+         </mxCell>
+         <mxCell id="e_uc7_uc1" edge="1" parent="1" source="uc002_7" style="endArrow=open;endFill=0;html=1;rounded=0;dashed=1;strokeColor=#000000;fontFamily=Helvetica;fontSize=8;" target="uc002_1" value="&amp;lt;extend&amp;gt;">
+           <mxGeometry relative="1" as="geometry" />
+         </mxCell>
+         <mxCell id="e_uc7_uc8" edge="1" parent="1" source="uc002_7" style="endArrow=open;endFill=0;html=1;rounded=0;dashed=1;strokeColor=#000000;fontFamily=Helvetica;fontSize=8;" target="uc002_8" value="&amp;lt;include&amp;gt;">
+           <mxGeometry relative="1" as="geometry" />
+         </mxCell>
+         <mxCell id="e_uc7_uc9" edge="1" parent="1" source="uc002_7" style="endArrow=open;endFill=0;html=1;rounded=0;dashed=1;strokeColor=#000000;fontFamily=Helvetica;fontSize=8;" target="uc002_9" value="&amp;lt;include&amp;gt;">
+           <mxGeometry relative="1" as="geometry" />
+         </mxCell>
+       </root>
+     </mxGraphModel>
+   </diagram>
+   <diagram id="wtjdTHFmLKKNaoKTiPYF" name="Página-4">
+     <mxGraphModel dx="1022" dy="573" grid="1" gridSize="10" guides="1" tooltips="1" connect="1" arrows="1" fold="1" page="1" pageScale="1" pageWidth="3300" pageHeight="4681" math="0" shadow="0">
+       <root>
+         <mxCell id="0" />
+         <mxCell id="1" parent="0" />
+         <mxCell id="box_cdu003" parent="1" style="rounded=0;whiteSpace=wrap;html=1;fillColor=none;strokeColor=#000000;fontFamily=Helvetica;fontSize=10;verticalAlign=top;spacingTop=8;" value="CDU003: Búsqueda y Visualización de Cartelera" vertex="1">
+           <mxGeometry height="430" width="570" x="40" y="20" as="geometry" />
+         </mxCell>
+         <mxCell id="actor_usuario" parent="1" style="shape=umlActor;verticalLabelPosition=bottom;verticalAlign=top;html=1;outlineConnect=0;fillColor=#ffffff;strokeColor=#000000;fontFamily=Helvetica;fontSize=10;" value="Usuario" vertex="1">
+           <mxGeometry height="60" width="30" x="300" y="510" as="geometry" />
+         </mxCell>
+         <mxCell id="uc003_1" parent="1" style="ellipse;whiteSpace=wrap;html=1;aspect=fixed;fillColor=#ffffff;strokeColor=#000000;fontFamily=Helvetica;fontSize=9;" value="CDU003.1&lt;br&gt;Seleccionar ciudad&lt;br&gt;y cine" vertex="1">
+           <mxGeometry height="55" width="125" x="80" y="80" as="geometry" />
+         </mxCell>
+         <mxCell id="uc003_2" parent="1" style="ellipse;whiteSpace=wrap;html=1;aspect=fixed;fillColor=#ffffff;strokeColor=#000000;fontFamily=Helvetica;fontSize=9;" value="CDU003.2&lt;br&gt;Visualizar cartelera&lt;br&gt;por categoría" vertex="1">
+           <mxGeometry height="60" width="130" x="450" y="60" as="geometry" />
+         </mxCell>
+         <mxCell id="uc003_3" parent="1" style="ellipse;whiteSpace=wrap;html=1;aspect=fixed;fillColor=#ffffff;strokeColor=#000000;fontFamily=Helvetica;fontSize=9;" value="CDU003.3&lt;br&gt;Consultar detalle&lt;br&gt;de película" vertex="1">
+           <mxGeometry height="55" width="125" x="160" y="165" as="geometry" />
+         </mxCell>
+         <mxCell id="uc003_4" parent="1" style="ellipse;whiteSpace=wrap;html=1;aspect=fixed;fillColor=#ffffff;strokeColor=#000000;fontFamily=Helvetica;fontSize=9;" value="CDU003.4&lt;br&gt;Consultar funciones&lt;br&gt;disponibles" vertex="1">
+           <mxGeometry height="55" width="125" x="80" y="315" as="geometry" />
+         </mxCell>
+         <mxCell id="uc003_5" parent="1" style="ellipse;whiteSpace=wrap;html=1;aspect=fixed;fillColor=#ffffff;strokeColor=#000000;fontFamily=Helvetica;fontSize=9;" value="CDU003.5&lt;br&gt;Consultar catálogo&lt;br&gt;paginado" vertex="1">
+           <mxGeometry height="60" width="125" x="252.5" y="300" as="geometry" />
+         </mxCell>
+         <mxCell id="uc003_6" parent="1" style="ellipse;whiteSpace=wrap;html=1;aspect=fixed;fillColor=#ffffff;strokeColor=#000000;fontFamily=Helvetica;fontSize=9;" value="CDU003.6&lt;br&gt;Mantener filtros&lt;br&gt;durante paginación" vertex="1">
+           <mxGeometry height="60" width="130" x="450" y="340" as="geometry" />
+         </mxCell>
+         <mxCell id="e_usuario_uc1" edge="1" parent="1" source="actor_usuario" style="endArrow=block;endFill=0;html=1;rounded=0;edgeStyle=orthogonalEdgeStyle;strokeColor=#000000;" target="uc003_1" value="">
+           <mxGeometry relative="1" as="geometry">
+             <Array as="points">
+               <mxPoint x="60" y="540" />
+               <mxPoint x="60" y="108" />
+             </Array>
+           </mxGeometry>
+         </mxCell>
+         <mxCell id="e_usuario_uc2" edge="1" parent="1" source="actor_usuario" style="endArrow=block;endFill=0;html=1;rounded=0;edgeStyle=orthogonalEdgeStyle;strokeColor=#000000;" target="uc003_2" value="">
+           <mxGeometry relative="1" as="geometry">
+             <Array as="points">
+               <mxPoint x="590" y="540" />
+               <mxPoint x="590" y="90" />
+             </Array>
+           </mxGeometry>
+         </mxCell>
+         <mxCell id="e_usuario_uc3" edge="1" parent="1" source="actor_usuario" style="endArrow=block;endFill=0;html=1;rounded=0;edgeStyle=orthogonalEdgeStyle;strokeColor=#000000;" target="uc003_3" value="">
+           <mxGeometry relative="1" as="geometry">
+             <Array as="points">
+               <mxPoint x="223" y="510" />
+             </Array>
+           </mxGeometry>
+         </mxCell>
+         <mxCell id="e_usuario_uc4" edge="1" parent="1" source="actor_usuario" style="endArrow=block;endFill=0;html=1;rounded=0;edgeStyle=orthogonalEdgeStyle;strokeColor=#000000;" target="uc003_4" value="">
+           <mxGeometry relative="1" as="geometry">
+             <Array as="points">
+               <mxPoint x="143" y="530" />
+             </Array>
+           </mxGeometry>
+         </mxCell>
+         <mxCell id="e_usuario_uc5" edge="1" parent="1" source="actor_usuario" style="endArrow=block;endFill=0;html=1;rounded=0;edgeStyle=orthogonalEdgeStyle;strokeColor=#000000;" target="uc003_5" value="">
+           <mxGeometry relative="1" as="geometry" />
+         </mxCell>
+         <mxCell id="e_uc2_uc1" edge="1" parent="1" source="uc003_2" style="endArrow=open;endFill=0;html=1;rounded=0;dashed=1;strokeColor=#000000;fontFamily=Helvetica;fontSize=8;" target="uc003_1" value="&amp;lt;include&amp;gt;">
+           <mxGeometry relative="1" as="geometry" />
+         </mxCell>
+         <mxCell id="e_uc2_uc5" edge="1" parent="1" source="uc003_2" style="endArrow=open;endFill=0;html=1;rounded=0;dashed=1;strokeColor=#000000;fontFamily=Helvetica;fontSize=8;" target="uc003_5" value="&amp;lt;include&amp;gt;">
+           <mxGeometry relative="1" as="geometry" />
+         </mxCell>
+         <mxCell id="e_uc5_uc6" edge="1" parent="1" source="uc003_5" style="endArrow=open;endFill=0;html=1;rounded=0;dashed=1;strokeColor=#000000;fontFamily=Helvetica;fontSize=8;" target="uc003_6" value="&amp;lt;extend&amp;gt;">
+           <mxGeometry relative="1" as="geometry" />
+         </mxCell>
+         <mxCell id="e_uc3_uc2" edge="1" parent="1" source="uc003_3" style="endArrow=open;endFill=0;html=1;rounded=0;dashed=1;strokeColor=#000000;fontFamily=Helvetica;fontSize=8;" target="uc003_2" value="&amp;lt;extend&amp;gt;">
+           <mxGeometry relative="1" as="geometry" />
+         </mxCell>
+         <mxCell id="e_uc4_uc3" edge="1" parent="1" source="uc003_4" style="endArrow=open;endFill=0;html=1;rounded=0;dashed=1;strokeColor=#000000;fontFamily=Helvetica;fontSize=8;" target="uc003_3" value="&amp;lt;extend&amp;gt;">
+           <mxGeometry relative="1" as="geometry" />
+         </mxCell>
+       </root>
+     </mxGraphModel>
+   </diagram>
</mxfile>
